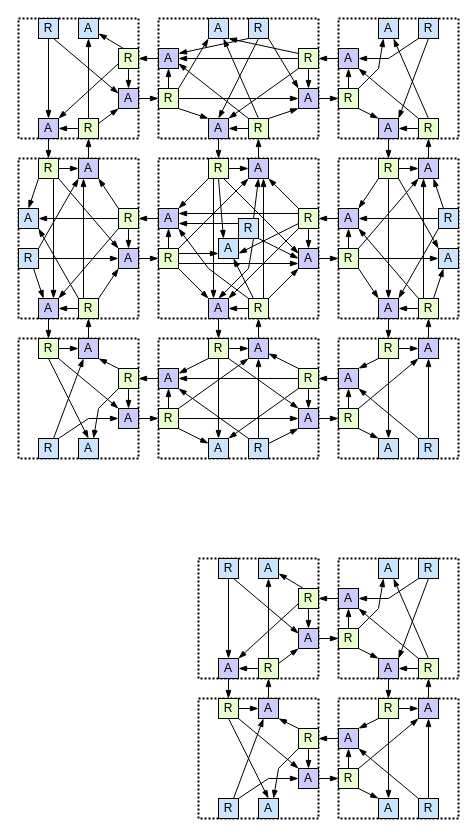
This is livelock_verification/figures/architecture.drawio from formal-verification-research/IVy-Models, a draw.io file, before an edit. Source tidied: cells renumbered, new cells numbered last; positions are measured from the earlier drawing's top-left corner, leaving out a move shared by most shapes. Both pictures are drawn from the tidied source at 100%, with x=0, y=0 at pixel (18, 18).
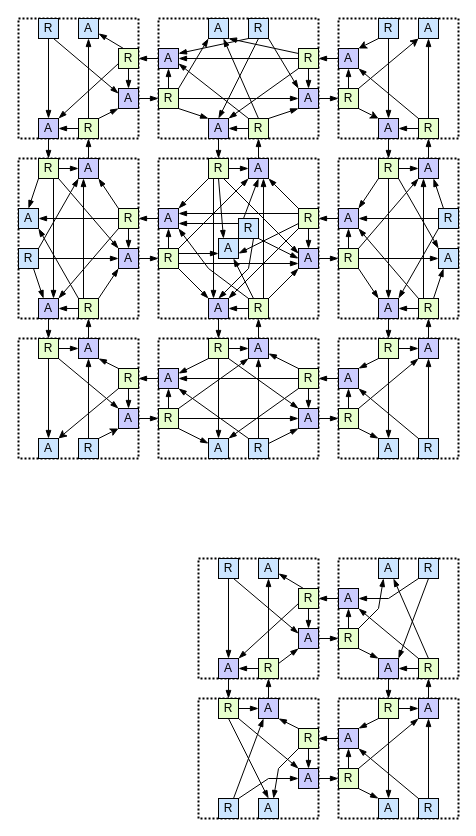
The same diagram, later.

Unchanged cells that the change refers to:
```xml
<mxCell id="25" value="R" style="whiteSpace=wrap;html=1;strokeWidth=1;gradientColor=none;fillColor=#E6FFCC;" parent="1" vertex="1">
  <mxGeometry x="60" y="100" width="20" height="20" as="geometry" />
</mxCell>
<mxCell id="27" value="A" style="whiteSpace=wrap;html=1;strokeWidth=1;fillColor=#CCCCFF;" parent="1" vertex="1">
  <mxGeometry x="100" y="70" width="20" height="20" as="geometry" />
</mxCell>
<mxCell id="58" value="R" style="whiteSpace=wrap;html=1;strokeWidth=1;gradientColor=none;fillColor=#E6FFCC;" parent="1" vertex="1">
  <mxGeometry x="320" y="70" width="20" height="20" as="geometry" />
</mxCell>
<mxCell id="66" value="R" style="whiteSpace=wrap;html=1;strokeWidth=1;gradientColor=none;fillColor=#E6FFCC;" parent="1" vertex="1">
  <mxGeometry x="400" y="100" width="20" height="20" as="geometry" />
</mxCell>
<mxCell id="68" value="A" style="whiteSpace=wrap;html=1;strokeWidth=1;fillColor=#CCCCFF;" parent="1" vertex="1">
  <mxGeometry x="320" y="30" width="20" height="20" as="geometry" />
</mxCell>
<mxCell id="70" value="A" style="whiteSpace=wrap;html=1;strokeWidth=1;fillColor=#CCCCFF;" parent="1" vertex="1">
  <mxGeometry x="360" y="100" width="20" height="20" as="geometry" />
</mxCell>
<mxCell id="148" value="R" style="whiteSpace=wrap;html=1;strokeWidth=1;gradientColor=none;fillColor=#E6FFCC;" parent="1" vertex="1">
  <mxGeometry x="100" y="350" width="20" height="20" as="geometry" />
</mxCell>
<mxCell id="150" value="A" style="whiteSpace=wrap;html=1;strokeWidth=1;fillColor=#CCCCFF;" parent="1" vertex="1">
  <mxGeometry x="60" y="320" width="20" height="20" as="geometry" />
</mxCell>
<mxCell id="152" value="A" style="whiteSpace=wrap;html=1;strokeWidth=1;fillColor=#CCCCFF;" parent="1" vertex="1">
  <mxGeometry x="100" y="390" width="20" height="20" as="geometry" />
</mxCell>
<mxCell id="183" value="R" style="whiteSpace=wrap;html=1;strokeWidth=1;gradientColor=none;fillColor=#CCE5FF;" parent="1" vertex="1">
  <mxGeometry x="220" y="200" width="20" height="20" as="geometry" />
</mxCell>
<mxCell id="208" value="A" style="whiteSpace=wrap;html=1;strokeWidth=1;fillColor=#CCCCFF;" parent="1" vertex="1">
  <mxGeometry x="230" y="140" width="20" height="20" as="geometry" />
</mxCell>
```

The edit, as a diff of the source:
```diff
@@
-    <mxCell id="22" style="edgeStyle=none;rounded=0;jettySize=auto;html=1;exitX=1;exitY=0.25;exitDx=0;exitDy=0;entryX=0;entryY=1;entryDx=0;entryDy=0;endArrow=blockThin;endFill=1;" parent="1" edge="1" source="25" target="27">
+    <mxCell id="22" style="edgeStyle=none;rounded=0;jettySize=auto;html=1;exitX=1;exitY=0;exitDx=0;exitDy=0;entryX=0;entryY=1;entryDx=0;entryDy=0;endArrow=blockThin;endFill=1;" parent="1" edge="1" source="25" target="27">
       <mxGeometry relative="1" as="geometry" />
     </mxCell>
@@
+    <mxCell id="57" style="edgeStyle=none;rounded=0;jettySize=auto;html=1;exitX=0.5;exitY=0;exitDx=0;exitDy=0;entryX=0.5;entryY=1;entryDx=0;entryDy=0;endArrow=blockThin;endFill=1;" parent="1" edge="1" source="58" target="68">
+      <mxGeometry relative="1" as="geometry" />
+    </mxCell>
+    <mxCell id="56" style="edgeStyle=none;rounded=0;jettySize=auto;html=1;exitX=1;exitY=0;exitDx=0;exitDy=0;entryX=0;entryY=1;entryDx=0;entryDy=0;" parent="1" edge="1" source="58" target="59">
+      <mxGeometry relative="1" as="geometry" />
+    </mxCell>
-    <mxCell id="55" style="edgeStyle=none;rounded=0;jettySize=auto;html=1;exitX=1;exitY=1;exitDx=0;exitDy=0;entryX=0;entryY=0;entryDx=0;entryDy=0;endArrow=blockThin;endFill=1;" parent="1" edge="1" source="58" target="70">
+    <mxCell id="55" style="edgeStyle=none;rounded=0;jettySize=auto;html=1;exitX=1;exitY=1;exitDx=0;exitDy=0;entryX=0;entryY=0;entryDx=0;entryDy=0;" parent="1" edge="1" source="58" target="70">
       <mxGeometry relative="1" as="geometry" />
     </mxCell>
-    <mxCell id="56" style="edgeStyle=none;rounded=0;jettySize=auto;html=1;exitX=1;exitY=0;exitDx=0;exitDy=0;entryX=0.25;entryY=1;entryDx=0;entryDy=0;endArrow=blockThin;endFill=1;" parent="1" edge="1" source="58" target="59">
-      <mxGeometry relative="1" as="geometry">
-        <Array as="points">
-          <mxPoint x="360" y="50" />
-        </Array>
-      </mxGeometry>
-    </mxCell>
-    <mxCell id="57" style="edgeStyle=none;rounded=0;jettySize=auto;html=1;exitX=0.5;exitY=0;exitDx=0;exitDy=0;entryX=0.5;entryY=1;entryDx=0;entryDy=0;endArrow=blockThin;endFill=1;" parent="1" edge="1" source="58" target="68">
-      <mxGeometry relative="1" as="geometry" />
-    </mxCell>
@@
     <mxCell id="59" value="A" style="whiteSpace=wrap;html=1;strokeWidth=1;fillColor=#CCE5FF;" parent="1" vertex="1">
-      <mxGeometry x="360" width="20" height="20" as="geometry" />
+      <mxGeometry x="400" width="20" height="20" as="geometry" />
     </mxCell>
+    <mxCell id="61" style="edgeStyle=none;rounded=0;jettySize=auto;html=1;exitX=0.5;exitY=1;exitDx=0;exitDy=0;entryX=0.5;entryY=0;entryDx=0;entryDy=0;endArrow=blockThin;endFill=1;" parent="1" edge="1" source="62" target="70">
+      <mxGeometry relative="1" as="geometry" />
+    </mxCell>
-    <mxCell id="60" style="edgeStyle=none;rounded=0;jettySize=auto;html=1;exitX=0;exitY=1;exitDx=0;exitDy=0;entryX=1;entryY=0.5;entryDx=0;entryDy=0;endArrow=blockThin;endFill=1;" parent="1" edge="1" source="62" target="68">
-      <mxGeometry relative="1" as="geometry">
-        <Array as="points">
-          <mxPoint x="370" y="40" />
-        </Array>
-      </mxGeometry>
+    <mxCell id="60" style="edgeStyle=none;rounded=0;jettySize=auto;html=1;exitX=0;exitY=1;exitDx=0;exitDy=0;entryX=1;entryY=0;entryDx=0;entryDy=0;" parent="1" edge="1" source="62" target="68">
+      <mxGeometry relative="1" as="geometry" />
     </mxCell>
-    <mxCell id="61" style="edgeStyle=none;rounded=0;jettySize=auto;html=1;exitX=0.5;exitY=1;exitDx=0;exitDy=0;entryX=1;entryY=0;entryDx=0;entryDy=0;endArrow=blockThin;endFill=1;" parent="1" edge="1" source="62" target="70">
-      <mxGeometry relative="1" as="geometry" />
-    </mxCell>
     <mxCell id="62" value="R" style="whiteSpace=wrap;html=1;strokeWidth=1;gradientColor=none;fillColor=#CCE5FF;" parent="1" vertex="1">
-      <mxGeometry x="400" width="20" height="20" as="geometry" />
+      <mxGeometry x="360" width="20" height="20" as="geometry" />
     </mxCell>
@@
-    <mxCell id="64" style="edgeStyle=none;rounded=0;jettySize=auto;html=1;exitX=0.5;exitY=0;exitDx=0;exitDy=0;entryX=0.75;entryY=1;entryDx=0;entryDy=0;endArrow=blockThin;endFill=1;" parent="1" edge="1" source="66" target="59">
+    <mxCell id="64" style="edgeStyle=none;rounded=0;jettySize=auto;html=1;exitX=0.5;exitY=0;exitDx=0;exitDy=0;entryX=0.5;entryY=1;entryDx=0;entryDy=0;endArrow=blockThin;endFill=1;" parent="1" edge="1" source="66" target="59">
       <mxGeometry relative="1" as="geometry" />
     </mxCell>
@@
     <mxCell id="141" value="A" style="whiteSpace=wrap;html=1;strokeWidth=1;fillColor=#CCE5FF;" parent="1" vertex="1">
-      <mxGeometry x="60" y="420" width="20" height="20" as="geometry" />
+      <mxGeometry x="20" y="420" width="20" height="20" as="geometry" />
     </mxCell>
-    <mxCell id="142" style="edgeStyle=none;rounded=0;jettySize=auto;html=1;exitX=0.75;exitY=0;exitDx=0;exitDy=0;entryX=0.25;entryY=1;entryDx=0;entryDy=0;endArrow=blockThin;endFill=1;" parent="1" edge="1" source="144" target="150">
+    <mxCell id="142" style="edgeStyle=none;rounded=0;jettySize=auto;html=1;exitX=0.5;exitY=0;exitDx=0;exitDy=0;entryX=0.5;entryY=1;entryDx=0;entryDy=0;endArrow=blockThin;endFill=1;" parent="1" edge="1" source="144" target="150">
       <mxGeometry relative="1" as="geometry" />
     </mxCell>
-    <mxCell id="143" style="edgeStyle=none;rounded=0;jettySize=auto;html=1;exitX=1;exitY=0;exitDx=0;exitDy=0;entryX=0;entryY=0.5;entryDx=0;entryDy=0;endArrow=blockThin;endFill=1;" parent="1" edge="1" source="144" target="152">
-      <mxGeometry relative="1" as="geometry">
-        <Array as="points">
-          <mxPoint x="70" y="400" />
-        </Array>
-      </mxGeometry>
+    <mxCell id="143" style="edgeStyle=none;rounded=0;jettySize=auto;html=1;exitX=1;exitY=0;exitDx=0;exitDy=0;entryX=0;entryY=1;entryDx=0;entryDy=0;" parent="1" edge="1" source="144" target="152">
+      <mxGeometry relative="1" as="geometry" />
     </mxCell>
     <mxCell id="144" value="R" style="whiteSpace=wrap;html=1;strokeWidth=1;gradientColor=none;fillColor=#CCE5FF;" parent="1" vertex="1">
-      <mxGeometry x="20" y="420" width="20" height="20" as="geometry" />
+      <mxGeometry x="60" y="420" width="20" height="20" as="geometry" />
     </mxCell>
@@
-    <mxCell id="147" style="edgeStyle=none;rounded=0;jettySize=auto;html=1;exitX=0;exitY=1;exitDx=0;exitDy=0;entryX=0.75;entryY=0;entryDx=0;entryDy=0;endArrow=blockThin;endFill=1;" parent="1" edge="1" source="148" target="141">
-      <mxGeometry relative="1" as="geometry">
-        <Array as="points">
-          <mxPoint x="80" y="390" />
-        </Array>
-      </mxGeometry>
+    <mxCell id="147" style="edgeStyle=none;rounded=0;jettySize=auto;html=1;exitX=0;exitY=1;exitDx=0;exitDy=0;entryX=1;entryY=0;entryDx=0;entryDy=0;" parent="1" edge="1" source="148" target="141">
+      <mxGeometry relative="1" as="geometry" />
     </mxCell>
@@
-    <mxCell id="179" style="edgeStyle=none;rounded=0;jettySize=auto;html=1;exitX=0.75;exitY=0;exitDx=0;exitDy=0;entryX=0.5;entryY=1;entryDx=0;entryDy=0;endArrow=blockThin;endFill=1;" parent="1" edge="1" source="183" target="208">
+    <mxCell id="179" style="edgeStyle=none;rounded=0;jettySize=auto;html=1;exitX=0.25;exitY=0;exitDx=0;exitDy=0;entryX=0.5;entryY=1;entryDx=0;entryDy=0;endArrow=blockThin;endFill=1;" parent="1" edge="1" source="183" target="208">
       <mxGeometry relative="1" as="geometry" />
     </mxCell>
```
